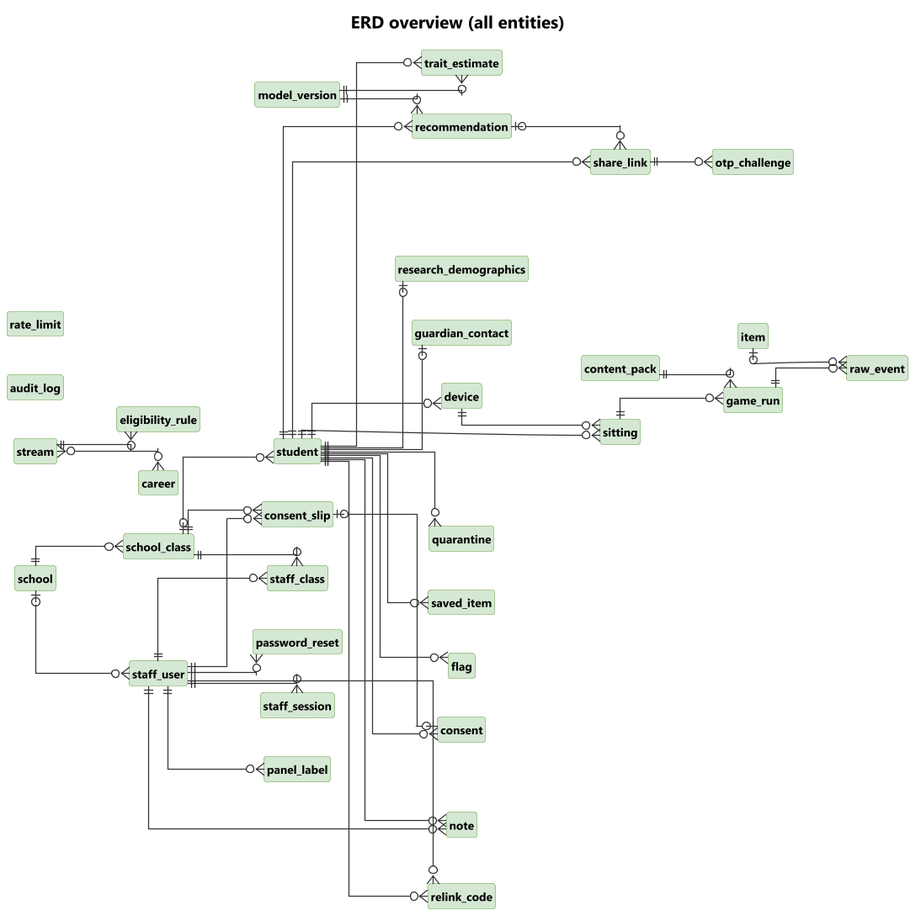
Before: docs/architecture/diagrams/erd/erd-0-overview.png, a diagram exported from PlantUML (HamzaButt22/FYP-RAHYAB). The source it was exported from:
```plantuml
@startuml erd-0-overview
skinparamlocked Dpi 170
!include ../_style/rahyaab-uml.iuml
left to right direction
skinparam linetype ortho
title ERD overview (all entities)
entity school
entity school_class
entity staff_user
entity staff_class
entity student
entity guardian_contact
entity consent
entity consent_slip
entity device
entity sitting
entity game_run
entity raw_event
entity quarantine
entity item
entity content_pack
entity trait_estimate
entity recommendation
entity model_version
entity share_link
entity stream
entity eligibility_rule
entity career
entity saved_item
entity note
entity flag
entity audit_log
entity research_demographics
entity password_reset
entity otp_challenge
entity relink_code
entity staff_session
entity rate_limit
entity panel_label
school ||--o{ school_class
school |o--o{ staff_user
staff_user ||--o{ staff_class
school_class ||--o{ staff_class
school_class |o--o{ student
student ||--o| guardian_contact
student ||--o{ consent
school_class ||--o{ consent_slip
consent_slip |o--o| consent
staff_user ||--o{ consent_slip
student ||--o{ device
student ||--o{ sitting
device ||--o{ sitting
sitting ||--o{ game_run
content_pack ||--o{ game_run
game_run ||--o{ raw_event
item |o--o{ raw_event
student ||--o{ quarantine
student ||--o{ trait_estimate
student ||--o{ recommendation
model_version ||--o{ recommendation
recommendation |o--o{ share_link
student ||--o{ share_link
share_link ||--o{ otp_challenge
student ||--o{ relink_code
staff_user ||--o{ relink_code
staff_user ||--o{ staff_session
staff_user ||--o{ panel_label
model_version ||--o{ trait_estimate
stream ||--o{ eligibility_rule
stream }o--o{ career
student ||--o{ saved_item
student ||--o{ note
staff_user ||--o{ note
student ||--o{ flag
student ||--o| research_demographics
staff_user ||--o{ password_reset
@enduml
```
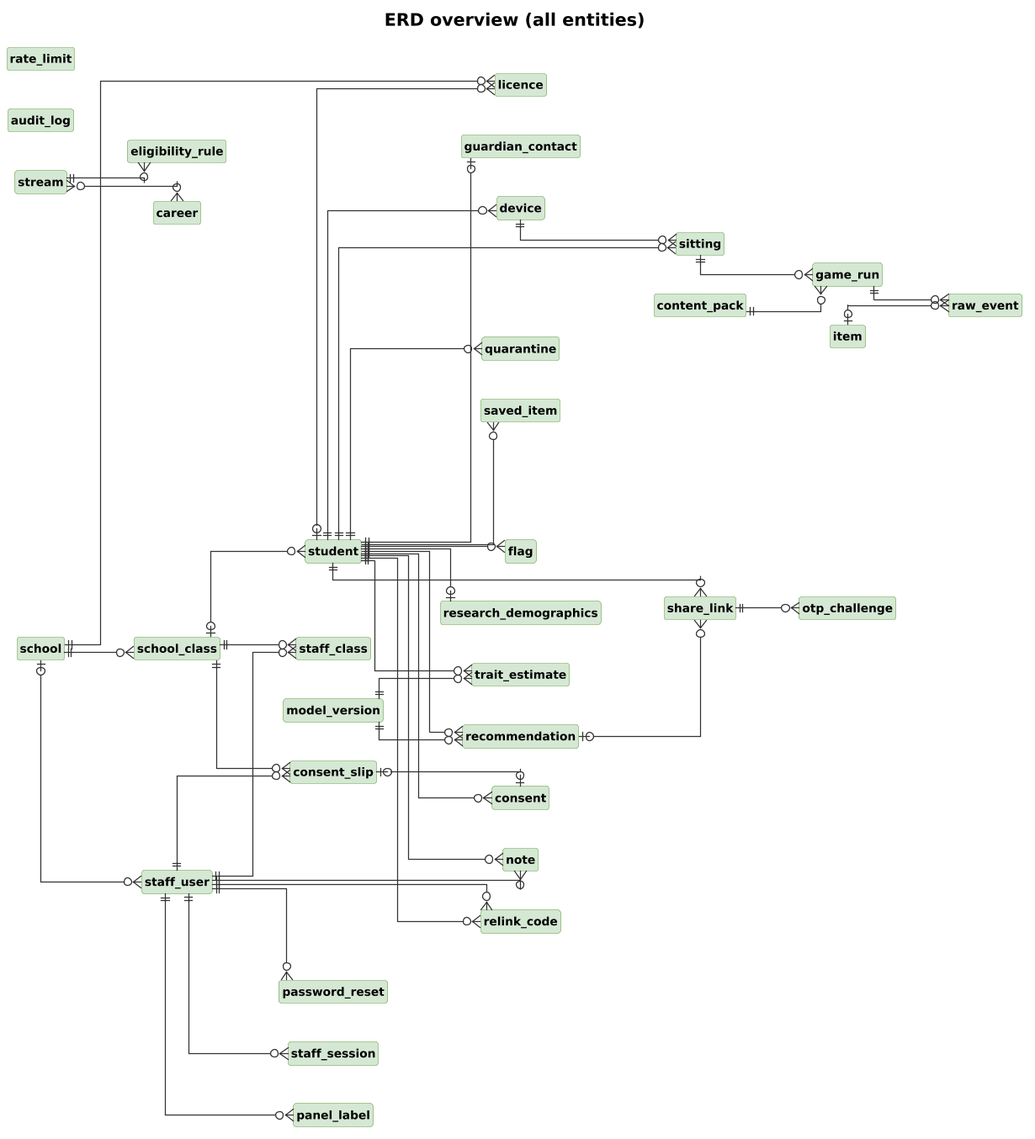
Later version of the same file.

What changed in the source:
```diff
@@ -12,6 +12,7 @@
 entity guardian_contact
 entity consent
 entity consent_slip
+entity licence
 entity device
 entity sitting
 entity game_run
@@ -38,6 +39,8 @@
 entity rate_limit
 entity panel_label
 school ||--o{ school_class
+school ||--o{ licence
+student |o--o{ licence
 school |o--o{ staff_user
 staff_user ||--o{ staff_class
 school_class ||--o{ staff_class
```
